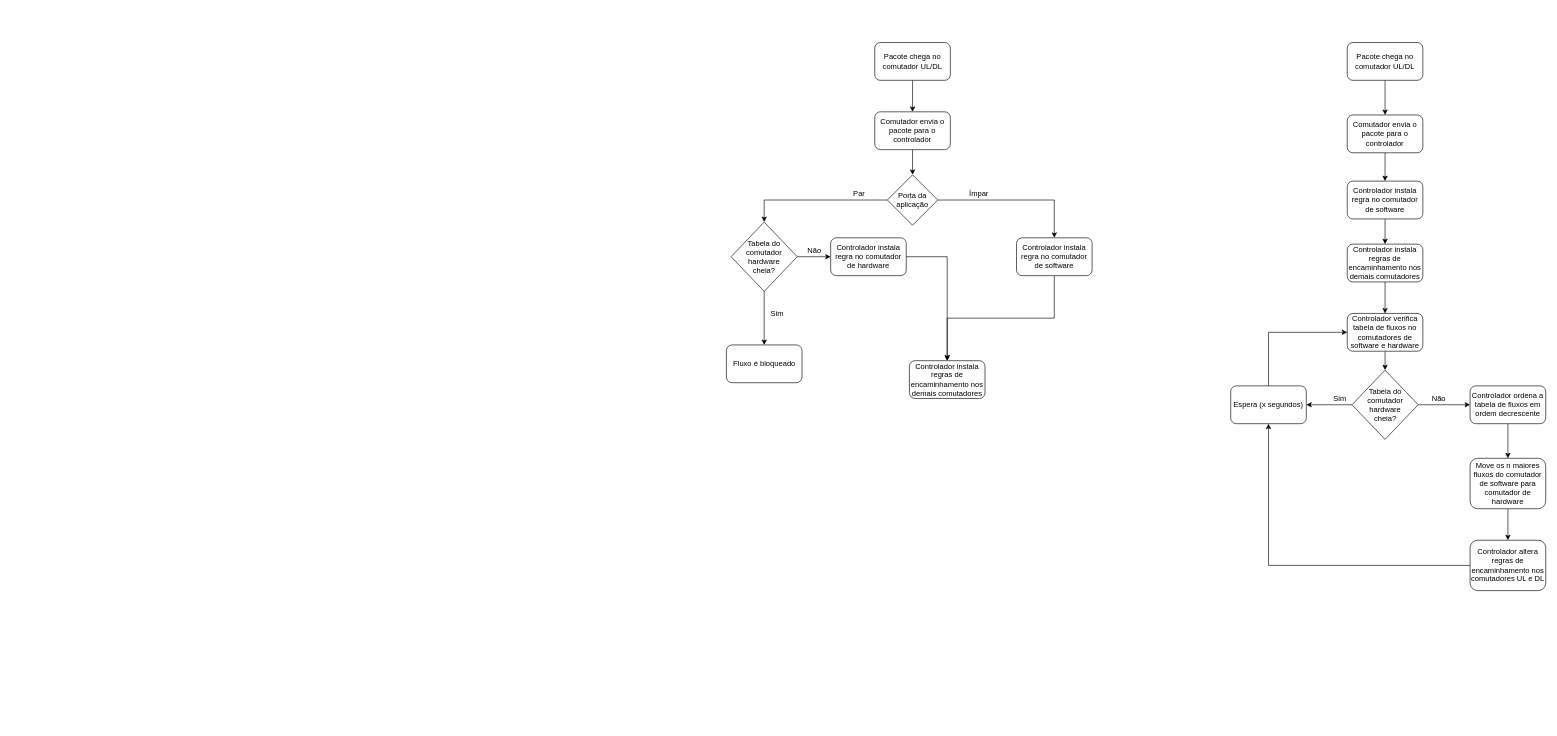
pedrobellotti/iperftestes keeps this draw.io diagram as Scripts/Fluxogramas/politicas.drawio. Above is the earlier version. Source tidied: cells renumbered, new cells numbered last; positions are measured from the earlier drawing's top-left corner, leaving out a move shared by most shapes. Both pictures are drawn from the tidied source at 63%, with x=0, y=0 at pixel (726, 42).
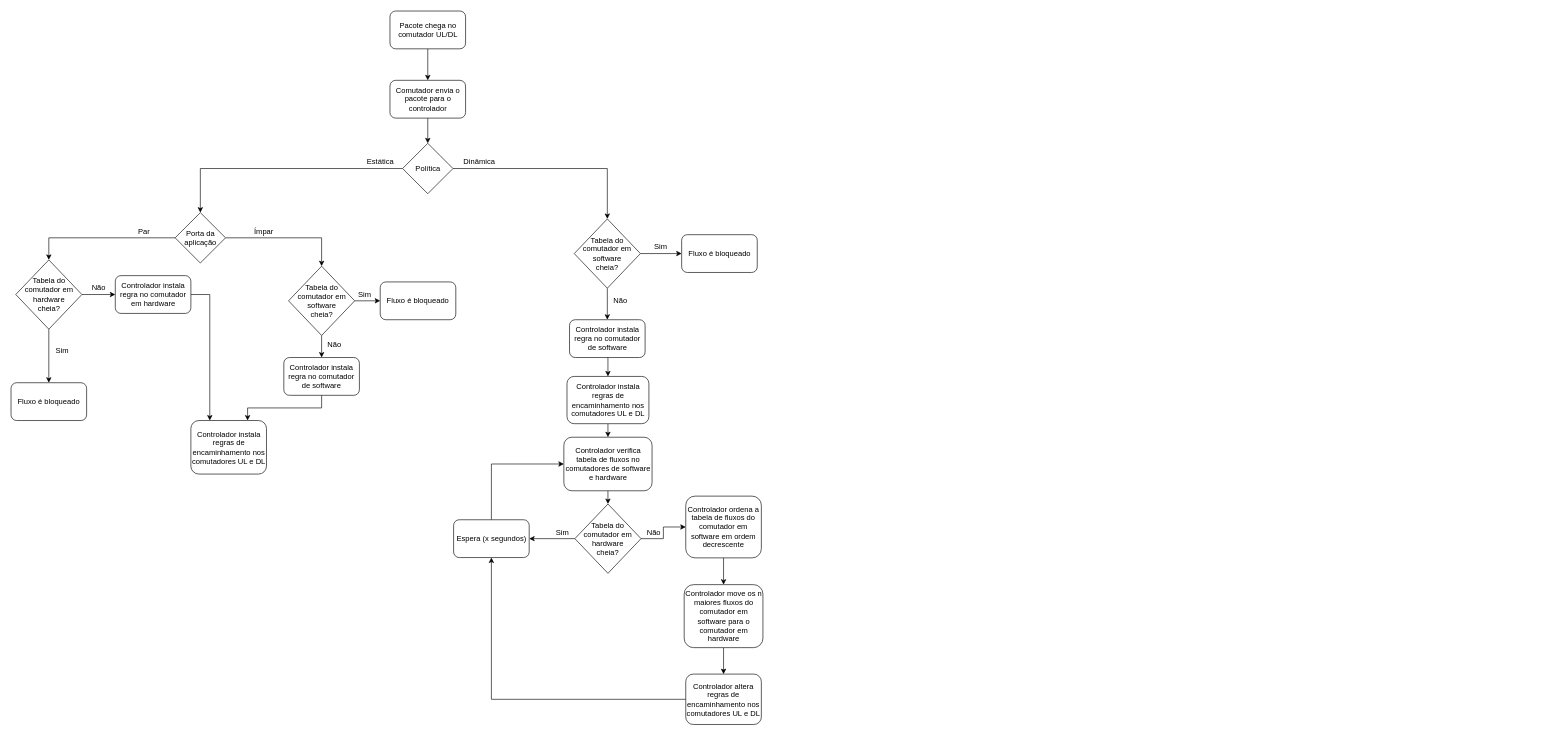
The same diagram, later.

The edit, as a diff of the source:
```diff
@@
-    <mxCell id="2" style="edgeStyle=orthogonalEdgeStyle;rounded=0;jettySize=auto;html=1;exitX=0.5;exitY=1;exitDx=0;exitDy=0;" parent="1" edge="1" source="3" target="5">
-      <mxGeometry relative="1" as="geometry" />
-    </mxCell>
-    <mxCell id="3" value="Pacote chega no comutador UL/DL" style="rounded=1;whiteSpace=wrap;html=1;" parent="1" vertex="1">
-      <mxGeometry x="235" width="120" height="60" as="geometry" />
-    </mxCell>
-    <mxCell id="4" style="edgeStyle=orthogonalEdgeStyle;rounded=0;jettySize=auto;html=1;exitX=0.5;exitY=1;exitDx=0;exitDy=0;" parent="1" edge="1" source="5" target="8">
-      <mxGeometry relative="1" as="geometry" />
-    </mxCell>
-    <mxCell id="5" value="Comutador envia o pacote para o controlador" style="rounded=1;whiteSpace=wrap;html=1;" parent="1" vertex="1">
-      <mxGeometry x="235" y="110" width="120" height="60" as="geometry" />
-    </mxCell>
-    <mxCell id="6" style="edgeStyle=orthogonalEdgeStyle;rounded=0;jettySize=auto;html=1;exitX=1;exitY=0.5;exitDx=0;exitDy=0;entryX=0.5;entryY=0;entryDx=0;entryDy=0;" parent="1" edge="1" source="8" target="14">
-      <mxGeometry relative="1" as="geometry" />
-    </mxCell>
@@
+    <mxCell id="45" style="edgeStyle=orthogonalEdgeStyle;rounded=0;jettySize=auto;html=1;exitX=1;exitY=0.5;exitDx=0;exitDy=0;entryX=0.5;entryY=0;entryDx=0;entryDy=0;" parent="1" edge="1" source="8" target="63">
+      <mxGeometry relative="1" as="geometry" />
+    </mxCell>
     <mxCell id="8" value="Porta da aplicação" style="rhombus;whiteSpace=wrap;html=1;" parent="1" vertex="1">
-      <mxGeometry x="255" y="210" width="80" height="80" as="geometry" />
+      <mxGeometry x="-875.5" y="270" width="80" height="80" as="geometry" />
     </mxCell>
     <mxCell id="9" value="Par" style="text;html=1;align=center;verticalAlign=middle;" parent="1" vertex="1">
-      <mxGeometry x="195" y="230" width="30" height="20" as="geometry" />
+      <mxGeometry x="-940.5" y="290" width="30" height="20" as="geometry" />
     </mxCell>
     <mxCell id="10" value="Ímpar" style="text;html=1;align=center;verticalAlign=middle;" parent="1" vertex="1">
-      <mxGeometry x="375" y="230" width="50" height="20" as="geometry" />
+      <mxGeometry x="-760.5" y="290" width="50" height="20" as="geometry" />
     </mxCell>
-    <mxCell id="11" style="edgeStyle=orthogonalEdgeStyle;rounded=0;jettySize=auto;html=1;exitX=1;exitY=0.5;exitDx=0;exitDy=0;entryX=0.5;entryY=0;entryDx=0;entryDy=0;" parent="1" edge="1" source="12" target="15">
+    <mxCell id="11" style="edgeStyle=orthogonalEdgeStyle;rounded=0;jettySize=auto;html=1;exitX=1;exitY=0.5;exitDx=0;exitDy=0;entryX=0.25;entryY=0;entryDx=0;entryDy=0;" parent="1" edge="1" source="12" target="15">
       <mxGeometry relative="1" as="geometry" />
     </mxCell>
-    <mxCell id="12" value="Controlador instala regra no comutador de hardware" style="rounded=1;whiteSpace=wrap;html=1;" parent="1" vertex="1">
-      <mxGeometry x="165" y="310" width="120" height="60" as="geometry" />
+    <mxCell id="12" value="Controlador instala regra no comutador em hardware" style="rounded=1;whiteSpace=wrap;html=1;" parent="1" vertex="1">
+      <mxGeometry x="-970.5" y="370" width="120" height="60" as="geometry" />
     </mxCell>
-    <mxCell id="13" style="edgeStyle=orthogonalEdgeStyle;rounded=0;jettySize=auto;html=1;exitX=0.5;exitY=1;exitDx=0;exitDy=0;entryX=0.5;entryY=0;entryDx=0;entryDy=0;" parent="1" edge="1" source="14" target="15">
+    <mxCell id="13" style="edgeStyle=orthogonalEdgeStyle;rounded=0;jettySize=auto;html=1;exitX=0.5;exitY=1;exitDx=0;exitDy=0;entryX=0.75;entryY=0;entryDx=0;entryDy=0;" parent="1" edge="1" source="14" target="15">
       <mxGeometry relative="1" as="geometry" />
     </mxCell>
     <mxCell id="14" value="Controlador instala regra no comutador de software" style="rounded=1;whiteSpace=wrap;html=1;" parent="1" vertex="1">
-      <mxGeometry x="460" y="310" width="120" height="60" as="geometry" />
+      <mxGeometry x="-703" y="500" width="120" height="60" as="geometry" />
     </mxCell>
-    <mxCell id="15" value="Controlador instala regras de encaminhamento nos demais comutadores" style="rounded=1;whiteSpace=wrap;html=1;" parent="1" vertex="1">
-      <mxGeometry x="290" y="505" width="120" height="60" as="geometry" />
+    <mxCell id="15" value="Controlador instala regras de encaminhamento nos comutadores UL e DL" style="rounded=1;whiteSpace=wrap;html=1;" parent="1" vertex="1">
+      <mxGeometry x="-850.5" y="600" width="120" height="85" as="geometry" />
     </mxCell>
-    <mxCell id="16" style="edgeStyle=orthogonalEdgeStyle;rounded=0;jettySize=auto;html=1;exitX=0.5;exitY=1;exitDx=0;exitDy=0;" parent="1" edge="1" source="17" target="19">
-      <mxGeometry relative="1" as="geometry" />
-    </mxCell>
-    <mxCell id="17" value="Pacote chega no comutador UL/DL" style="rounded=1;whiteSpace=wrap;html=1;" parent="1" vertex="1">
-      <mxGeometry x="985" width="120" height="60" as="geometry" />
-    </mxCell>
-    <mxCell id="18" style="edgeStyle=orthogonalEdgeStyle;rounded=0;jettySize=auto;html=1;exitX=0.5;exitY=1;exitDx=0;exitDy=0;entryX=0.5;entryY=0;entryDx=0;entryDy=0;" parent="1" edge="1" source="19" target="21">
-      <mxGeometry relative="1" as="geometry" />
-    </mxCell>
-    <mxCell id="19" value="Comutador envia o pacote para o controlador" style="rounded=1;whiteSpace=wrap;html=1;" parent="1" vertex="1">
-      <mxGeometry x="985" y="115" width="120" height="60" as="geometry" />
-    </mxCell>
-    <mxCell id="20" style="edgeStyle=orthogonalEdgeStyle;rounded=0;jettySize=auto;html=1;exitX=0.5;exitY=1;exitDx=0;exitDy=0;entryX=0.5;entryY=0;entryDx=0;entryDy=0;" parent="1" edge="1" source="21" target="25">
-      <mxGeometry relative="1" as="geometry" />
-    </mxCell>
-    <mxCell id="21" value="Controlador instala regra no comutador de software" style="rounded=1;whiteSpace=wrap;html=1;" parent="1" vertex="1">
-      <mxGeometry x="985" y="220" width="120" height="60" as="geometry" />
-    </mxCell>
@@
     <mxCell id="23" value="Controlador verifica tabela de fluxos no comutadores de software e hardware" style="rounded=1;whiteSpace=wrap;html=1;" parent="1" vertex="1">
-      <mxGeometry x="985" y="430" width="120" height="60" as="geometry" />
+      <mxGeometry x="-258.5" y="626.5" width="140" height="85" as="geometry" />
     </mxCell>
@@
-    <mxCell id="25" value="Controlador instala regras de encaminhamento nos demais comutadores" style="rounded=1;whiteSpace=wrap;html=1;" parent="1" vertex="1">
-      <mxGeometry x="985" y="320" width="120" height="60" as="geometry" />
+    <mxCell id="25" value="Controlador instala regras de encaminhamento nos comutadores UL e DL" style="rounded=1;whiteSpace=wrap;html=1;" parent="1" vertex="1">
+      <mxGeometry x="-253.5" y="530" width="130" height="75" as="geometry" />
     </mxCell>
@@
-    <mxCell id="28" value="&lt;div&gt;Tabela do comutador hardware &lt;br&gt;&lt;/div&gt;&lt;div&gt;cheia?&lt;/div&gt;" style="rhombus;whiteSpace=wrap;html=1;" parent="1" vertex="1">
-      <mxGeometry x="992.5" y="520" width="105" height="110" as="geometry" />
+    <mxCell id="28" value="&lt;div&gt;Tabela do comutador em hardware &lt;br&gt;&lt;/div&gt;&lt;div&gt;cheia?&lt;/div&gt;" style="rhombus;whiteSpace=wrap;html=1;" parent="1" vertex="1">
+      <mxGeometry x="-241" y="732.5" width="105" height="110" as="geometry" />
     </mxCell>
@@
     <mxCell id="30" value="Espera (x segundos)" style="rounded=1;whiteSpace=wrap;html=1;" parent="1" vertex="1">
-      <mxGeometry x="800" y="545" width="120" height="60" as="geometry" />
+      <mxGeometry x="-433.5" y="757.5" width="120" height="60" as="geometry" />
     </mxCell>
     <mxCell id="31" value="Sim" style="text;html=1;align=center;verticalAlign=middle;" parent="1" vertex="1">
-      <mxGeometry x="952.5" y="555" width="40" height="20" as="geometry" />
+      <mxGeometry x="-281" y="767.5" width="40" height="20" as="geometry" />
     </mxCell>
@@
-    <mxCell id="33" value="Controlador ordena a tabela de fluxos em ordem decrescente" style="rounded=1;whiteSpace=wrap;html=1;" parent="1" vertex="1">
-      <mxGeometry x="1180" y="545" width="120" height="60" as="geometry" />
+    <mxCell id="33" value="Controlador ordena a tabela de fluxos do comutador em software em ordem decrescente" style="rounded=1;whiteSpace=wrap;html=1;" parent="1" vertex="1">
+      <mxGeometry x="-65" y="720" width="120" height="98" as="geometry" />
     </mxCell>
     <mxCell id="34" value="Não" style="text;html=1;align=center;verticalAlign=middle;" parent="1" vertex="1">
-      <mxGeometry x="1110" y="555" width="40" height="20" as="geometry" />
+      <mxGeometry x="-136" y="767.5" width="40" height="20" as="geometry" />
     </mxCell>
@@
-    <mxCell id="36" value="Move os n maiores fluxos do comutador de software para comutador de hardware" style="rounded=1;whiteSpace=wrap;html=1;" parent="1" vertex="1">
-      <mxGeometry x="1180" y="660" width="120" height="80" as="geometry" />
+    <mxCell id="36" value="Controlador move os n maiores fluxos do comutador em software para o comutador em hardware" style="rounded=1;whiteSpace=wrap;html=1;" parent="1" vertex="1">
+      <mxGeometry x="-67.5" y="860.5" width="125" height="100" as="geometry" />
     </mxCell>
@@
     <mxCell id="38" value="Controlador altera regras de encaminhamento nos comutadores UL e DL" style="rounded=1;whiteSpace=wrap;html=1;" parent="1" vertex="1">
-      <mxGeometry x="1180" y="790" width="120" height="80" as="geometry" />
+      <mxGeometry x="-65" y="1002.5" width="120" height="80" as="geometry" />
     </mxCell>
@@
-    <mxCell id="41" value="&lt;div&gt;Tabela do comutador hardware &lt;br&gt;&lt;/div&gt;&lt;div&gt;cheia?&lt;/div&gt;" style="rhombus;whiteSpace=wrap;html=1;" parent="1" vertex="1">
-      <mxGeometry x="7" y="285" width="105" height="110" as="geometry" />
+    <mxCell id="41" value="&lt;div&gt;Tabela do comutador em hardware &lt;br&gt;&lt;/div&gt;&lt;div&gt;cheia?&lt;/div&gt;" style="rhombus;whiteSpace=wrap;html=1;" parent="1" vertex="1">
+      <mxGeometry x="-1128.5" y="345" width="105" height="110" as="geometry" />
     </mxCell>
     <mxCell id="42" value="Não" style="text;html=1;align=center;verticalAlign=middle;" parent="1" vertex="1">
-      <mxGeometry x="118.5" y="320" width="40" height="20" as="geometry" />
+      <mxGeometry x="-1017" y="380" width="40" height="20" as="geometry" />
     </mxCell>
     <mxCell id="43" value="Fluxo é bloqueado" style="rounded=1;whiteSpace=wrap;html=1;" parent="1" vertex="1">
-      <mxGeometry x="-0.5" y="480" width="120" height="60" as="geometry" />
+      <mxGeometry x="-1136" y="540" width="120" height="60" as="geometry" />
     </mxCell>
     <mxCell id="44" value="Sim" style="text;html=1;align=center;verticalAlign=middle;" parent="1" vertex="1">
-      <mxGeometry x="60" y="420" width="40" height="20" as="geometry" />
+      <mxGeometry x="-1075.5" y="480" width="40" height="20" as="geometry" />
     </mxCell>
+    <mxCell id="46" style="edgeStyle=orthogonalEdgeStyle;rounded=0;jettySize=auto;html=1;exitX=0.5;exitY=1;exitDx=0;exitDy=0;" parent="1" edge="1" source="47" target="49">
+      <mxGeometry relative="1" as="geometry" />
+    </mxCell>
+    <mxCell id="47" value="Pacote chega no comutador UL/DL" style="rounded=1;whiteSpace=wrap;html=1;" parent="1" vertex="1">
+      <mxGeometry x="-534.5" y="-50" width="120" height="60" as="geometry" />
+    </mxCell>
+    <mxCell id="48" style="edgeStyle=orthogonalEdgeStyle;rounded=0;jettySize=auto;html=1;exitX=0.5;exitY=1;exitDx=0;exitDy=0;entryX=0.5;entryY=0;entryDx=0;entryDy=0;" parent="1" edge="1" source="49" target="52">
+      <mxGeometry relative="1" as="geometry" />
+    </mxCell>
+    <mxCell id="49" value="Comutador envia o pacote para o controlador" style="rounded=1;whiteSpace=wrap;html=1;" parent="1" vertex="1">
+      <mxGeometry x="-534.5" y="60" width="120" height="60" as="geometry" />
+    </mxCell>
+    <mxCell id="50" style="edgeStyle=orthogonalEdgeStyle;rounded=0;jettySize=auto;html=1;exitX=0;exitY=0.5;exitDx=0;exitDy=0;entryX=0.5;entryY=0;entryDx=0;entryDy=0;" parent="1" edge="1" source="52" target="8">
+      <mxGeometry relative="1" as="geometry" />
+    </mxCell>
+    <mxCell id="51" style="edgeStyle=orthogonalEdgeStyle;rounded=0;jettySize=auto;html=1;exitX=1;exitY=0.5;exitDx=0;exitDy=0;entryX=0.5;entryY=0;entryDx=0;entryDy=0;" parent="1" edge="1" source="52" target="57">
+      <mxGeometry relative="1" as="geometry" />
+    </mxCell>
+    <mxCell id="52" value="Política" style="rhombus;whiteSpace=wrap;html=1;" parent="1" vertex="1">
+      <mxGeometry x="-514.5" y="160" width="80" height="80" as="geometry" />
+    </mxCell>
+    <mxCell id="53" value="Estática" style="text;html=1;align=center;verticalAlign=middle;" parent="1" vertex="1">
+      <mxGeometry x="-585" y="180" width="70" height="20" as="geometry" />
+    </mxCell>
+    <mxCell id="54" value="Dinâmica" style="text;html=1;align=center;verticalAlign=middle;" parent="1" vertex="1">
+      <mxGeometry x="-428.5" y="180" width="70" height="20" as="geometry" />
+    </mxCell>
+    <mxCell id="55" style="edgeStyle=orthogonalEdgeStyle;rounded=0;jettySize=auto;html=1;exitX=1;exitY=0.5;exitDx=0;exitDy=0;entryX=0;entryY=0.5;entryDx=0;entryDy=0;" parent="1" edge="1" source="57" target="58">
+      <mxGeometry relative="1" as="geometry" />
+    </mxCell>
+    <mxCell id="56" style="edgeStyle=orthogonalEdgeStyle;rounded=0;jettySize=auto;html=1;exitX=0.5;exitY=1;exitDx=0;exitDy=0;entryX=0.5;entryY=0;entryDx=0;entryDy=0;" parent="1" edge="1" source="57" target="21">
+      <mxGeometry relative="1" as="geometry" />
+    </mxCell>
+    <mxCell id="57" value="&lt;div&gt;Tabela do comutador em software&lt;br&gt;&lt;/div&gt;&lt;div&gt;cheia?&lt;/div&gt;" style="rhombus;whiteSpace=wrap;html=1;" parent="1" vertex="1">
+      <mxGeometry x="-242" y="280" width="105" height="110" as="geometry" />
+    </mxCell>
+    <mxCell id="58" value="Fluxo é bloqueado" style="rounded=1;whiteSpace=wrap;html=1;" parent="1" vertex="1">
+      <mxGeometry x="-71.5" y="305" width="120" height="60" as="geometry" />
+    </mxCell>
+    <mxCell id="59" value="Sim" style="text;html=1;align=center;verticalAlign=middle;" parent="1" vertex="1">
+      <mxGeometry x="-125" y="315" width="40" height="20" as="geometry" />
+    </mxCell>
+    <mxCell id="60" value="Não" style="text;html=1;align=center;verticalAlign=middle;" parent="1" vertex="1">
+      <mxGeometry x="-189.5" y="400" width="40" height="20" as="geometry" />
+    </mxCell>
+    <mxCell id="61" style="edgeStyle=orthogonalEdgeStyle;rounded=0;jettySize=auto;html=1;exitX=0.5;exitY=1;exitDx=0;exitDy=0;entryX=0.5;entryY=0;entryDx=0;entryDy=0;" parent="1" edge="1" source="63" target="14">
+      <mxGeometry relative="1" as="geometry" />
+    </mxCell>
+    <mxCell id="62" style="edgeStyle=orthogonalEdgeStyle;rounded=0;jettySize=auto;html=1;exitX=1;exitY=0.5;exitDx=0;exitDy=0;entryX=0;entryY=0.5;entryDx=0;entryDy=0;" parent="1" edge="1" source="63" target="65">
+      <mxGeometry relative="1" as="geometry" />
+    </mxCell>
+    <mxCell id="63" value="&lt;div&gt;Tabela do comutador em software&lt;br&gt;&lt;/div&gt;&lt;div&gt;cheia?&lt;/div&gt;" style="rhombus;whiteSpace=wrap;html=1;" parent="1" vertex="1">
+      <mxGeometry x="-695.5" y="355" width="105" height="110" as="geometry" />
+    </mxCell>
+    <mxCell id="64" value="Não" style="text;html=1;align=center;verticalAlign=middle;" parent="1" vertex="1">
+      <mxGeometry x="-643" y="470" width="40" height="20" as="geometry" />
+    </mxCell>
+    <mxCell id="65" value="Fluxo é bloqueado" style="rounded=1;whiteSpace=wrap;html=1;" parent="1" vertex="1">
+      <mxGeometry x="-550" y="380" width="120" height="60" as="geometry" />
+    </mxCell>
+    <mxCell id="66" value="Sim" style="text;html=1;align=center;verticalAlign=middle;" parent="1" vertex="1">
+      <mxGeometry x="-595.5" y="390" width="40" height="20" as="geometry" />
+    </mxCell>
+    <mxCell id="20" style="edgeStyle=orthogonalEdgeStyle;rounded=0;jettySize=auto;html=1;exitX=0.5;exitY=1;exitDx=0;exitDy=0;entryX=0.5;entryY=0;entryDx=0;entryDy=0;" parent="1" edge="1" source="21" target="25">
+      <mxGeometry relative="1" as="geometry" />
+    </mxCell>
+    <mxCell id="21" value="Controlador instala regra no comutador de software" style="rounded=1;whiteSpace=wrap;html=1;" parent="1" vertex="1">
+      <mxGeometry x="-249.5" y="440" width="120" height="60" as="geometry" />
+    </mxCell>
```
